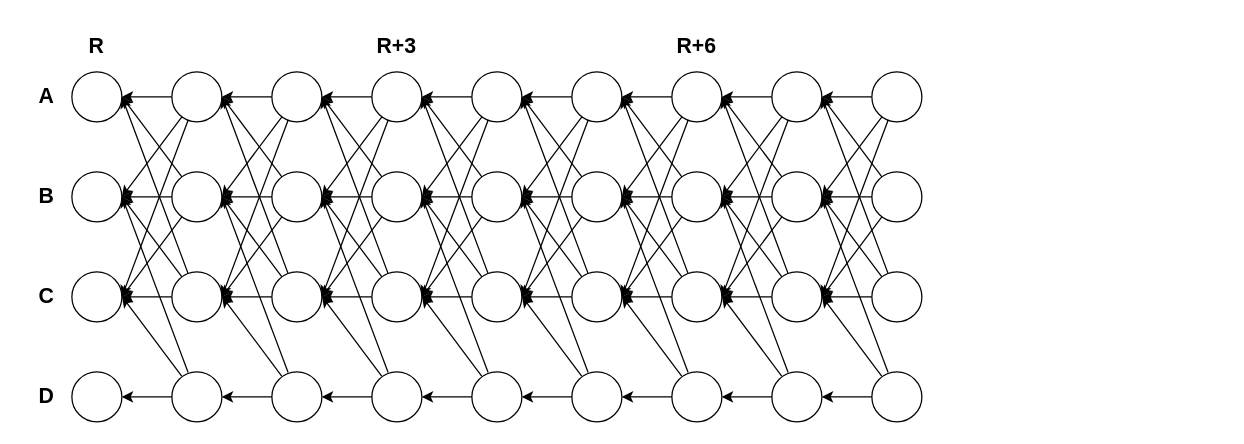
Earlier version of the draw.io diagram Untitled Diagram.drawio (asonnino/various-diagrams). Source tidied: cells renumbered, new cells numbered last; positions are measured from the earlier drawing's top-left corner, leaving out a move shared by most shapes. Both pictures are drawn from the tidied source at 125%, with x=0, y=0 at pixel (21, 21).
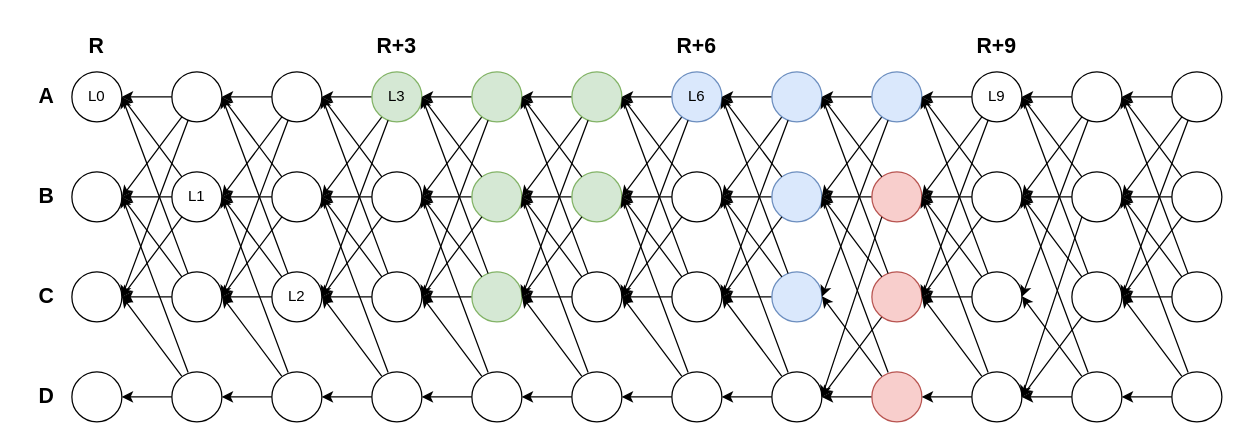
Above is the later version.

The change refers to these unchanged cells:
```xml
<mxCell id="117" style="ellipse;whiteSpace=wrap;html=1;" parent="1" vertex="1">
  <mxGeometry x="600" y="280" width="40" height="40" as="geometry" />
</mxCell>
```

The edit, as a diff of the source:
```diff
@@
-    <mxCell id="2" style="ellipse;whiteSpace=wrap;html=1;" parent="1" vertex="1">
+    <mxCell id="2" value="L0" style="ellipse;whiteSpace=wrap;html=1;" parent="1" vertex="1">
       <mxGeometry x="40" y="40" width="40" height="40" as="geometry" />
     </mxCell>
@@
-    <mxCell id="14" style="ellipse;whiteSpace=wrap;html=1;" parent="1" vertex="1">
+    <mxCell id="14" value="L1" style="ellipse;whiteSpace=wrap;html=1;" parent="1" vertex="1">
       <mxGeometry x="120" y="120" width="40" height="40" as="geometry" />
     </mxCell>
@@
-    <mxCell id="35" style="ellipse;whiteSpace=wrap;html=1;" parent="1" vertex="1">
+    <mxCell id="35" value="L2" style="ellipse;whiteSpace=wrap;html=1;" parent="1" vertex="1">
       <mxGeometry x="200" y="200" width="40" height="40" as="geometry" />
     </mxCell>
@@
-    <mxCell id="47" style="ellipse;whiteSpace=wrap;html=1;" parent="1" vertex="1">
+    <mxCell id="47" value="L3" style="ellipse;whiteSpace=wrap;html=1;fillColor=#d5e8d4;strokeColor=#82b366;" parent="1" vertex="1">
       <mxGeometry x="280" y="40" width="40" height="40" as="geometry" />
     </mxCell>
@@
-    <mxCell id="63" style="ellipse;whiteSpace=wrap;html=1;" parent="1" vertex="1">
+    <mxCell id="63" style="ellipse;whiteSpace=wrap;html=1;fillColor=#d5e8d4;strokeColor=#82b366;" parent="1" vertex="1">
       <mxGeometry x="360" y="40" width="40" height="40" as="geometry" />
     </mxCell>
@@
-    <mxCell id="65" style="ellipse;whiteSpace=wrap;html=1;" parent="1" vertex="1">
+    <mxCell id="65" style="ellipse;whiteSpace=wrap;html=1;fillColor=#d5e8d4;strokeColor=#82b366;" parent="1" vertex="1">
       <mxGeometry x="360" y="120" width="40" height="40" as="geometry" />
     </mxCell>
@@
-    <mxCell id="67" style="ellipse;whiteSpace=wrap;html=1;" parent="1" vertex="1">
+    <mxCell id="67" style="ellipse;whiteSpace=wrap;html=1;fillColor=#d5e8d4;strokeColor=#82b366;" parent="1" vertex="1">
       <mxGeometry x="360" y="200" width="40" height="40" as="geometry" />
     </mxCell>
@@
-    <mxCell id="79" style="ellipse;whiteSpace=wrap;html=1;" parent="1" vertex="1">
+    <mxCell id="79" style="ellipse;whiteSpace=wrap;html=1;fillColor=#d5e8d4;strokeColor=#82b366;" parent="1" vertex="1">
       <mxGeometry x="440" y="40" width="40" height="40" as="geometry" />
     </mxCell>
@@
-    <mxCell id="81" style="ellipse;whiteSpace=wrap;html=1;" parent="1" vertex="1">
+    <mxCell id="81" style="ellipse;whiteSpace=wrap;html=1;fillColor=#d5e8d4;strokeColor=#82b366;" parent="1" vertex="1">
       <mxGeometry x="440" y="120" width="40" height="40" as="geometry" />
     </mxCell>
@@
-    <mxCell id="95" style="ellipse;whiteSpace=wrap;html=1;" parent="1" vertex="1">
+    <mxCell id="95" value="L6" style="ellipse;whiteSpace=wrap;html=1;fillColor=#dae8fc;strokeColor=#6c8ebf;" parent="1" vertex="1">
       <mxGeometry x="520" y="40" width="40" height="40" as="geometry" />
     </mxCell>
@@
-    <mxCell id="111" style="ellipse;whiteSpace=wrap;html=1;" parent="1" vertex="1">
+    <mxCell id="111" style="ellipse;whiteSpace=wrap;html=1;fillColor=#dae8fc;strokeColor=#6c8ebf;" parent="1" vertex="1">
       <mxGeometry x="600" y="40" width="40" height="40" as="geometry" />
     </mxCell>
@@
-    <mxCell id="113" style="ellipse;whiteSpace=wrap;html=1;" parent="1" vertex="1">
+    <mxCell id="113" style="ellipse;whiteSpace=wrap;html=1;fillColor=#dae8fc;strokeColor=#6c8ebf;" parent="1" vertex="1">
       <mxGeometry x="600" y="120" width="40" height="40" as="geometry" />
     </mxCell>
@@
-    <mxCell id="115" style="ellipse;whiteSpace=wrap;html=1;" parent="1" vertex="1">
+    <mxCell id="115" style="ellipse;whiteSpace=wrap;html=1;fillColor=#dae8fc;strokeColor=#6c8ebf;" parent="1" vertex="1">
       <mxGeometry x="600" y="200" width="40" height="40" as="geometry" />
     </mxCell>
@@
-    <mxCell id="127" style="ellipse;whiteSpace=wrap;html=1;" parent="1" vertex="1">
+    <mxCell id="127" style="ellipse;whiteSpace=wrap;html=1;fillColor=#dae8fc;strokeColor=#6c8ebf;" parent="1" vertex="1">
       <mxGeometry x="680" y="40" width="40" height="40" as="geometry" />
     </mxCell>
@@
-    <mxCell id="129" style="ellipse;whiteSpace=wrap;html=1;" parent="1" vertex="1">
+    <mxCell id="129" style="ellipse;whiteSpace=wrap;html=1;fillColor=#f8cecc;strokeColor=#b85450;" parent="1" vertex="1">
       <mxGeometry x="680" y="120" width="40" height="40" as="geometry" />
     </mxCell>
-    <mxCell id="130" style="edgeStyle=orthogonalEdgeStyle;rounded=0;jettySize=auto;html=1;entryX=1;entryY=0.5;entryDx=0;entryDy=0;" parent="1" edge="1" source="131" target="115">
+    <mxCell id="130" style="rounded=0;jettySize=auto;html=1;entryX=1;entryY=0.5;entryDx=0;entryDy=0;" parent="1" edge="1" source="131" target="117">
       <mxGeometry relative="1" as="geometry" />
     </mxCell>
-    <mxCell id="131" style="ellipse;whiteSpace=wrap;html=1;" parent="1" vertex="1">
+    <mxCell id="131" style="ellipse;whiteSpace=wrap;html=1;fillColor=#f8cecc;strokeColor=#b85450;" parent="1" vertex="1">
       <mxGeometry x="680" y="200" width="40" height="40" as="geometry" />
     </mxCell>
@@
-    <mxCell id="133" style="ellipse;whiteSpace=wrap;html=1;" parent="1" vertex="1">
+    <mxCell id="133" style="ellipse;whiteSpace=wrap;html=1;fillColor=#f8cecc;strokeColor=#b85450;" parent="1" vertex="1">
       <mxGeometry x="680" y="280" width="40" height="40" as="geometry" />
     </mxCell>
@@
-    <mxCell id="135" style="rounded=0;orthogonalLoop=1;jettySize=auto;html=1;entryX=1;entryY=0.5;entryDx=0;entryDy=0;" parent="1" edge="1">
+    <mxCell id="135" style="rounded=0;jettySize=auto;html=1;entryX=1;entryY=0.5;entryDx=0;entryDy=0;" parent="1" edge="1" target="117">
       <mxGeometry relative="1" as="geometry">
         <mxPoint x="688" y="156" as="sourcePoint" />
-        <mxPoint x="640" y="220" as="targetPoint" />
       </mxGeometry>
     </mxCell>
@@
+    <mxCell id="141" style="rounded=0;jettySize=auto;html=1;entryX=1;entryY=0.5;entryDx=0;entryDy=0;" parent="1" edge="1" source="143">
+      <mxGeometry relative="1" as="geometry">
+        <mxPoint x="720" y="140" as="targetPoint" />
+      </mxGeometry>
+    </mxCell>
+    <mxCell id="142" style="edgeStyle=orthogonalEdgeStyle;rounded=0;jettySize=auto;html=1;entryX=1;entryY=0.5;entryDx=0;entryDy=0;" parent="1" edge="1" source="143">
+      <mxGeometry relative="1" as="geometry">
+        <mxPoint x="720" y="60" as="targetPoint" />
+      </mxGeometry>
+    </mxCell>
+    <mxCell id="143" value="L9" style="ellipse;whiteSpace=wrap;html=1;" parent="1" vertex="1">
+      <mxGeometry x="760" y="40" width="40" height="40" as="geometry" />
+    </mxCell>
+    <mxCell id="144" style="edgeStyle=orthogonalEdgeStyle;rounded=0;jettySize=auto;html=1;entryX=1;entryY=0.5;entryDx=0;entryDy=0;" parent="1" edge="1" source="145">
+      <mxGeometry relative="1" as="geometry">
+        <mxPoint x="720" y="140" as="targetPoint" />
+      </mxGeometry>
+    </mxCell>
+    <mxCell id="145" style="ellipse;whiteSpace=wrap;html=1;" parent="1" vertex="1">
+      <mxGeometry x="760" y="120" width="40" height="40" as="geometry" />
+    </mxCell>
+    <mxCell id="146" style="edgeStyle=orthogonalEdgeStyle;rounded=0;jettySize=auto;html=1;entryX=1;entryY=0.5;entryDx=0;entryDy=0;" parent="1" edge="1" source="147">
+      <mxGeometry relative="1" as="geometry">
+        <mxPoint x="720" y="220" as="targetPoint" />
+      </mxGeometry>
+    </mxCell>
+    <mxCell id="147" style="ellipse;whiteSpace=wrap;html=1;" parent="1" vertex="1">
+      <mxGeometry x="760" y="200" width="40" height="40" as="geometry" />
+    </mxCell>
+    <mxCell id="148" style="edgeStyle=orthogonalEdgeStyle;rounded=0;jettySize=auto;html=1;entryX=1;entryY=0.5;entryDx=0;entryDy=0;" parent="1" edge="1" source="149">
+      <mxGeometry relative="1" as="geometry">
+        <mxPoint x="720" y="300" as="targetPoint" />
+      </mxGeometry>
+    </mxCell>
+    <mxCell id="149" style="ellipse;whiteSpace=wrap;html=1;" parent="1" vertex="1">
+      <mxGeometry x="760" y="280" width="40" height="40" as="geometry" />
+    </mxCell>
+    <mxCell id="150" style="rounded=0;jettySize=auto;html=1;entryX=1;entryY=0.5;entryDx=0;entryDy=0;" parent="1" edge="1" source="143">
+      <mxGeometry relative="1" as="geometry">
+        <mxPoint x="720" y="220" as="targetPoint" />
+      </mxGeometry>
+    </mxCell>
+    <mxCell id="151" style="rounded=0;orthogonalLoop=1;jettySize=auto;html=1;entryX=1;entryY=0.5;entryDx=0;entryDy=0;" parent="1" edge="1">
+      <mxGeometry relative="1" as="geometry">
+        <mxPoint x="768" y="156" as="sourcePoint" />
+        <mxPoint x="720" y="220" as="targetPoint" />
+      </mxGeometry>
+    </mxCell>
+    <mxCell id="152" style="rounded=0;jettySize=auto;html=1;entryX=1;entryY=0.5;entryDx=0;entryDy=0;" parent="1" edge="1" source="145">
+      <mxGeometry relative="1" as="geometry">
+        <mxPoint x="720" y="60" as="targetPoint" />
+      </mxGeometry>
+    </mxCell>
+    <mxCell id="153" style="rounded=0;jettySize=auto;html=1;entryX=1;entryY=0.5;entryDx=0;entryDy=0;" parent="1" edge="1" source="147">
+      <mxGeometry relative="1" as="geometry">
+        <mxPoint x="720" y="60" as="targetPoint" />
+      </mxGeometry>
+    </mxCell>
+    <mxCell id="154" style="rounded=0;orthogonalLoop=1;jettySize=auto;html=1;entryX=1;entryY=0.5;entryDx=0;entryDy=0;" parent="1" edge="1">
+      <mxGeometry relative="1" as="geometry">
+        <mxPoint x="768" y="204" as="sourcePoint" />
+        <mxPoint x="720" y="140" as="targetPoint" />
+      </mxGeometry>
+    </mxCell>
+    <mxCell id="155" style="rounded=0;orthogonalLoop=1;jettySize=auto;html=1;entryX=1;entryY=0.5;entryDx=0;entryDy=0;" parent="1" edge="1">
+      <mxGeometry relative="1" as="geometry">
+        <mxPoint x="773" y="280.5" as="sourcePoint" />
+        <mxPoint x="720" y="139.5" as="targetPoint" />
+      </mxGeometry>
+    </mxCell>
+    <mxCell id="156" style="rounded=0;orthogonalLoop=1;jettySize=auto;html=1;entryX=1;entryY=0.5;entryDx=0;entryDy=0;" parent="1" edge="1">
+      <mxGeometry relative="1" as="geometry">
+        <mxPoint x="768" y="283.5" as="sourcePoint" />
+        <mxPoint x="720" y="219.5" as="targetPoint" />
+      </mxGeometry>
+    </mxCell>
+    <mxCell id="157" value="&lt;b&gt;&lt;font style=&quot;font-size: 17px;&quot;&gt;R+9&lt;/font&gt;&lt;/b&gt;" style="text;html=1;strokeColor=none;fillColor=none;align=center;verticalAlign=middle;whiteSpace=wrap;rounded=0;" parent="1" vertex="1">
+      <mxGeometry x="760" width="40" height="40" as="geometry" />
+    </mxCell>
+    <mxCell id="158" style="rounded=0;jettySize=auto;html=1;entryX=1;entryY=0.5;entryDx=0;entryDy=0;" parent="1" edge="1" source="160">
+      <mxGeometry relative="1" as="geometry">
+        <mxPoint x="800" y="140" as="targetPoint" />
+      </mxGeometry>
+    </mxCell>
+    <mxCell id="159" style="edgeStyle=orthogonalEdgeStyle;rounded=0;jettySize=auto;html=1;entryX=1;entryY=0.5;entryDx=0;entryDy=0;" parent="1" edge="1" source="160">
+      <mxGeometry relative="1" as="geometry">
+        <mxPoint x="800" y="60" as="targetPoint" />
+      </mxGeometry>
+    </mxCell>
+    <mxCell id="160" style="ellipse;whiteSpace=wrap;html=1;" parent="1" vertex="1">
+      <mxGeometry x="840" y="40" width="40" height="40" as="geometry" />
+    </mxCell>
+    <mxCell id="161" style="edgeStyle=orthogonalEdgeStyle;rounded=0;jettySize=auto;html=1;entryX=1;entryY=0.5;entryDx=0;entryDy=0;" parent="1" edge="1" source="162">
+      <mxGeometry relative="1" as="geometry">
+        <mxPoint x="800" y="140" as="targetPoint" />
+      </mxGeometry>
+    </mxCell>
+    <mxCell id="162" style="ellipse;whiteSpace=wrap;html=1;" parent="1" vertex="1">
+      <mxGeometry x="840" y="120" width="40" height="40" as="geometry" />
+    </mxCell>
+    <mxCell id="163" style="rounded=0;jettySize=auto;html=1;entryX=1;entryY=0.5;entryDx=0;entryDy=0;" parent="1" edge="1" source="164">
+      <mxGeometry relative="1" as="geometry">
+        <mxPoint x="800" y="300" as="targetPoint" />
+      </mxGeometry>
+    </mxCell>
+    <mxCell id="164" style="ellipse;whiteSpace=wrap;html=1;" parent="1" vertex="1">
+      <mxGeometry x="840" y="200" width="40" height="40" as="geometry" />
+    </mxCell>
+    <mxCell id="165" style="edgeStyle=orthogonalEdgeStyle;rounded=0;jettySize=auto;html=1;entryX=1;entryY=0.5;entryDx=0;entryDy=0;" parent="1" edge="1" source="166">
+      <mxGeometry relative="1" as="geometry">
+        <mxPoint x="800" y="300" as="targetPoint" />
+      </mxGeometry>
+    </mxCell>
+    <mxCell id="166" style="ellipse;whiteSpace=wrap;html=1;" parent="1" vertex="1">
+      <mxGeometry x="840" y="280" width="40" height="40" as="geometry" />
+    </mxCell>
+    <mxCell id="167" style="rounded=0;jettySize=auto;html=1;entryX=1;entryY=0.5;entryDx=0;entryDy=0;" parent="1" edge="1" source="160">
+      <mxGeometry relative="1" as="geometry">
+        <mxPoint x="800" y="220" as="targetPoint" />
+      </mxGeometry>
+    </mxCell>
+    <mxCell id="168" style="rounded=0;orthogonalLoop=1;jettySize=auto;html=1;entryX=1;entryY=0.5;entryDx=0;entryDy=0;" parent="1" edge="1">
+      <mxGeometry relative="1" as="geometry">
+        <mxPoint x="848" y="156" as="sourcePoint" />
+        <mxPoint x="800" y="300" as="targetPoint" />
+      </mxGeometry>
+    </mxCell>
+    <mxCell id="169" style="rounded=0;jettySize=auto;html=1;entryX=1;entryY=0.5;entryDx=0;entryDy=0;" parent="1" edge="1" source="162">
+      <mxGeometry relative="1" as="geometry">
+        <mxPoint x="800" y="60" as="targetPoint" />
+      </mxGeometry>
+    </mxCell>
+    <mxCell id="170" style="rounded=0;jettySize=auto;html=1;entryX=1;entryY=0.5;entryDx=0;entryDy=0;" parent="1" edge="1" source="164">
+      <mxGeometry relative="1" as="geometry">
+        <mxPoint x="800" y="60" as="targetPoint" />
+      </mxGeometry>
+    </mxCell>
+    <mxCell id="171" style="rounded=0;orthogonalLoop=1;jettySize=auto;html=1;entryX=1;entryY=0.5;entryDx=0;entryDy=0;" parent="1" edge="1">
+      <mxGeometry relative="1" as="geometry">
+        <mxPoint x="848" y="204" as="sourcePoint" />
+        <mxPoint x="800" y="140" as="targetPoint" />
+      </mxGeometry>
+    </mxCell>
+    <mxCell id="172" style="rounded=0;orthogonalLoop=1;jettySize=auto;html=1;entryX=1;entryY=0.5;entryDx=0;entryDy=0;" parent="1" edge="1">
+      <mxGeometry relative="1" as="geometry">
+        <mxPoint x="853" y="280.5" as="sourcePoint" />
+        <mxPoint x="800" y="139.5" as="targetPoint" />
+      </mxGeometry>
+    </mxCell>
+    <mxCell id="173" style="rounded=0;orthogonalLoop=1;jettySize=auto;html=1;entryX=1;entryY=0.5;entryDx=0;entryDy=0;" parent="1" edge="1">
+      <mxGeometry relative="1" as="geometry">
+        <mxPoint x="848" y="283.5" as="sourcePoint" />
+        <mxPoint x="800" y="219.5" as="targetPoint" />
+      </mxGeometry>
+    </mxCell>
+    <mxCell id="174" style="rounded=0;jettySize=auto;html=1;entryX=1;entryY=0.5;entryDx=0;entryDy=0;" parent="1" edge="1" source="176">
+      <mxGeometry relative="1" as="geometry">
+        <mxPoint x="880" y="140" as="targetPoint" />
+      </mxGeometry>
+    </mxCell>
+    <mxCell id="175" style="edgeStyle=orthogonalEdgeStyle;rounded=0;jettySize=auto;html=1;entryX=1;entryY=0.5;entryDx=0;entryDy=0;" parent="1" edge="1" source="176">
+      <mxGeometry relative="1" as="geometry">
+        <mxPoint x="880" y="60" as="targetPoint" />
+      </mxGeometry>
+    </mxCell>
+    <mxCell id="176" style="ellipse;whiteSpace=wrap;html=1;" parent="1" vertex="1">
+      <mxGeometry x="920" y="40" width="40" height="40" as="geometry" />
+    </mxCell>
+    <mxCell id="177" style="edgeStyle=orthogonalEdgeStyle;rounded=0;jettySize=auto;html=1;entryX=1;entryY=0.5;entryDx=0;entryDy=0;" parent="1" edge="1" source="178">
+      <mxGeometry relative="1" as="geometry">
+        <mxPoint x="880" y="140" as="targetPoint" />
+      </mxGeometry>
+    </mxCell>
+    <mxCell id="178" style="ellipse;whiteSpace=wrap;html=1;" parent="1" vertex="1">
+      <mxGeometry x="920" y="120" width="40" height="40" as="geometry" />
+    </mxCell>
+    <mxCell id="179" style="edgeStyle=orthogonalEdgeStyle;rounded=0;jettySize=auto;html=1;entryX=1;entryY=0.5;entryDx=0;entryDy=0;" parent="1" edge="1" source="180">
+      <mxGeometry relative="1" as="geometry">
+        <mxPoint x="880" y="220" as="targetPoint" />
+      </mxGeometry>
+    </mxCell>
+    <mxCell id="180" style="ellipse;whiteSpace=wrap;html=1;" parent="1" vertex="1">
+      <mxGeometry x="920" y="200" width="40" height="40" as="geometry" />
+    </mxCell>
+    <mxCell id="181" style="edgeStyle=orthogonalEdgeStyle;rounded=0;jettySize=auto;html=1;entryX=1;entryY=0.5;entryDx=0;entryDy=0;" parent="1" edge="1" source="182">
+      <mxGeometry relative="1" as="geometry">
+        <mxPoint x="880" y="300" as="targetPoint" />
+      </mxGeometry>
+    </mxCell>
+    <mxCell id="182" style="ellipse;whiteSpace=wrap;html=1;" parent="1" vertex="1">
+      <mxGeometry x="920" y="280" width="40" height="40" as="geometry" />
+    </mxCell>
+    <mxCell id="183" style="rounded=0;jettySize=auto;html=1;entryX=1;entryY=0.5;entryDx=0;entryDy=0;" parent="1" edge="1" source="176">
+      <mxGeometry relative="1" as="geometry">
+        <mxPoint x="880" y="220" as="targetPoint" />
+      </mxGeometry>
+    </mxCell>
+    <mxCell id="184" style="rounded=0;orthogonalLoop=1;jettySize=auto;html=1;entryX=1;entryY=0.5;entryDx=0;entryDy=0;" parent="1" edge="1">
+      <mxGeometry relative="1" as="geometry">
+        <mxPoint x="928" y="156" as="sourcePoint" />
+        <mxPoint x="880" y="220" as="targetPoint" />
+      </mxGeometry>
+    </mxCell>
+    <mxCell id="185" style="rounded=0;jettySize=auto;html=1;entryX=1;entryY=0.5;entryDx=0;entryDy=0;" parent="1" edge="1" source="178">
+      <mxGeometry relative="1" as="geometry">
+        <mxPoint x="880" y="60" as="targetPoint" />
+      </mxGeometry>
+    </mxCell>
+    <mxCell id="186" style="rounded=0;jettySize=auto;html=1;entryX=1;entryY=0.5;entryDx=0;entryDy=0;" parent="1" edge="1" source="180">
+      <mxGeometry relative="1" as="geometry">
+        <mxPoint x="880" y="60" as="targetPoint" />
+      </mxGeometry>
+    </mxCell>
+    <mxCell id="187" style="rounded=0;orthogonalLoop=1;jettySize=auto;html=1;entryX=1;entryY=0.5;entryDx=0;entryDy=0;" parent="1" edge="1">
+      <mxGeometry relative="1" as="geometry">
+        <mxPoint x="928" y="204" as="sourcePoint" />
+        <mxPoint x="880" y="140" as="targetPoint" />
+      </mxGeometry>
+    </mxCell>
+    <mxCell id="188" style="rounded=0;orthogonalLoop=1;jettySize=auto;html=1;entryX=1;entryY=0.5;entryDx=0;entryDy=0;" parent="1" edge="1">
+      <mxGeometry relative="1" as="geometry">
+        <mxPoint x="933" y="280.5" as="sourcePoint" />
+        <mxPoint x="880" y="139.5" as="targetPoint" />
+      </mxGeometry>
+    </mxCell>
+    <mxCell id="189" style="rounded=0;orthogonalLoop=1;jettySize=auto;html=1;entryX=1;entryY=0.5;entryDx=0;entryDy=0;" parent="1" edge="1">
+      <mxGeometry relative="1" as="geometry">
+        <mxPoint x="928" y="283.5" as="sourcePoint" />
+        <mxPoint x="880" y="219.5" as="targetPoint" />
+      </mxGeometry>
+    </mxCell>
```
